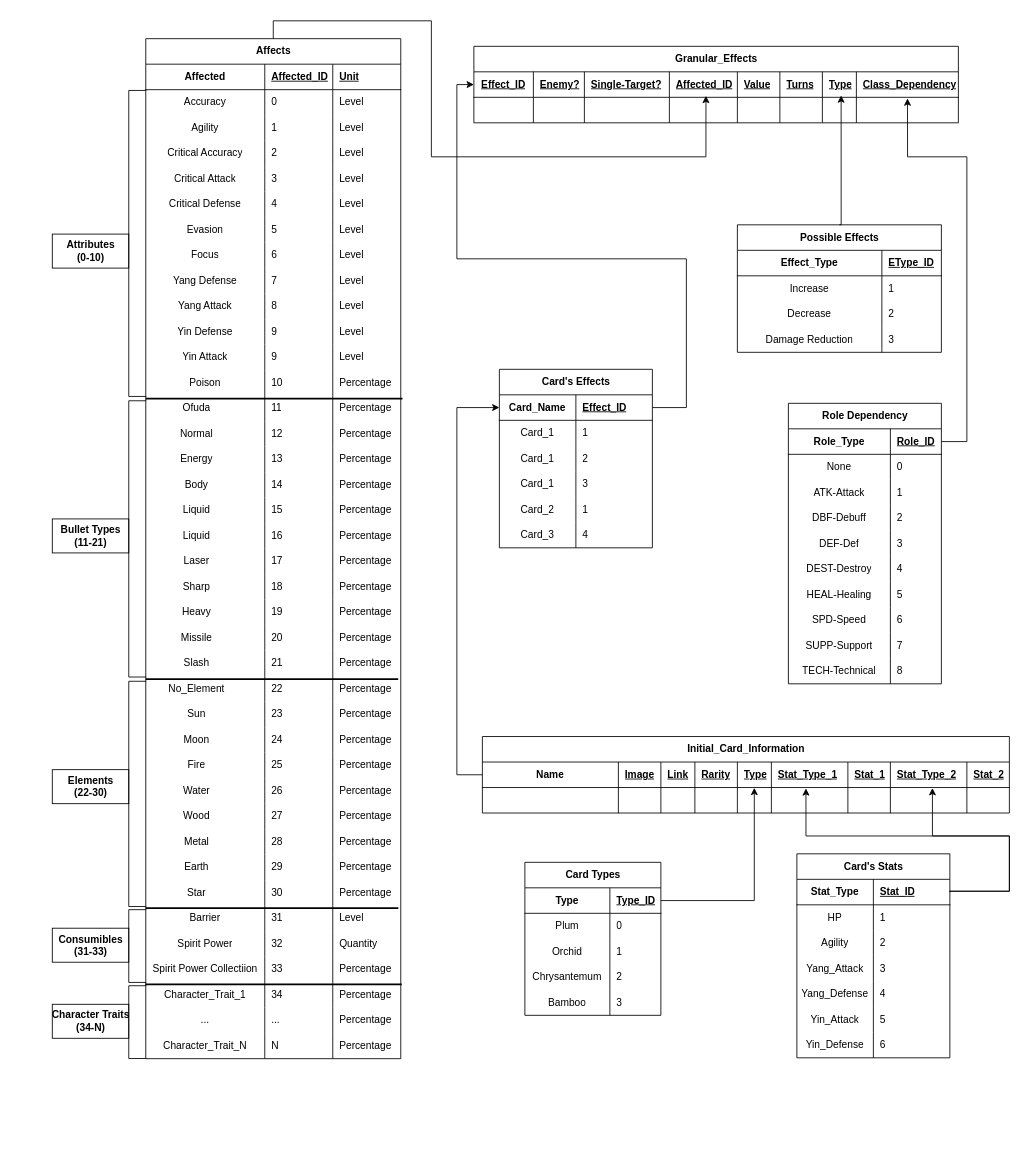
Above: page "Diagram" (1 of 2) of backend/Database_Architecture.drawio in IsabelBou/Kurodani (draw.io), before the change. Source tidied: cells renumbered, new cells numbered last; positions are measured from the earlier drawing's top-left corner, leaving out a move shared by most shapes. Both pictures are drawn from the tidied source at 85%, with x=0, y=0 at pixel (-16, 20).
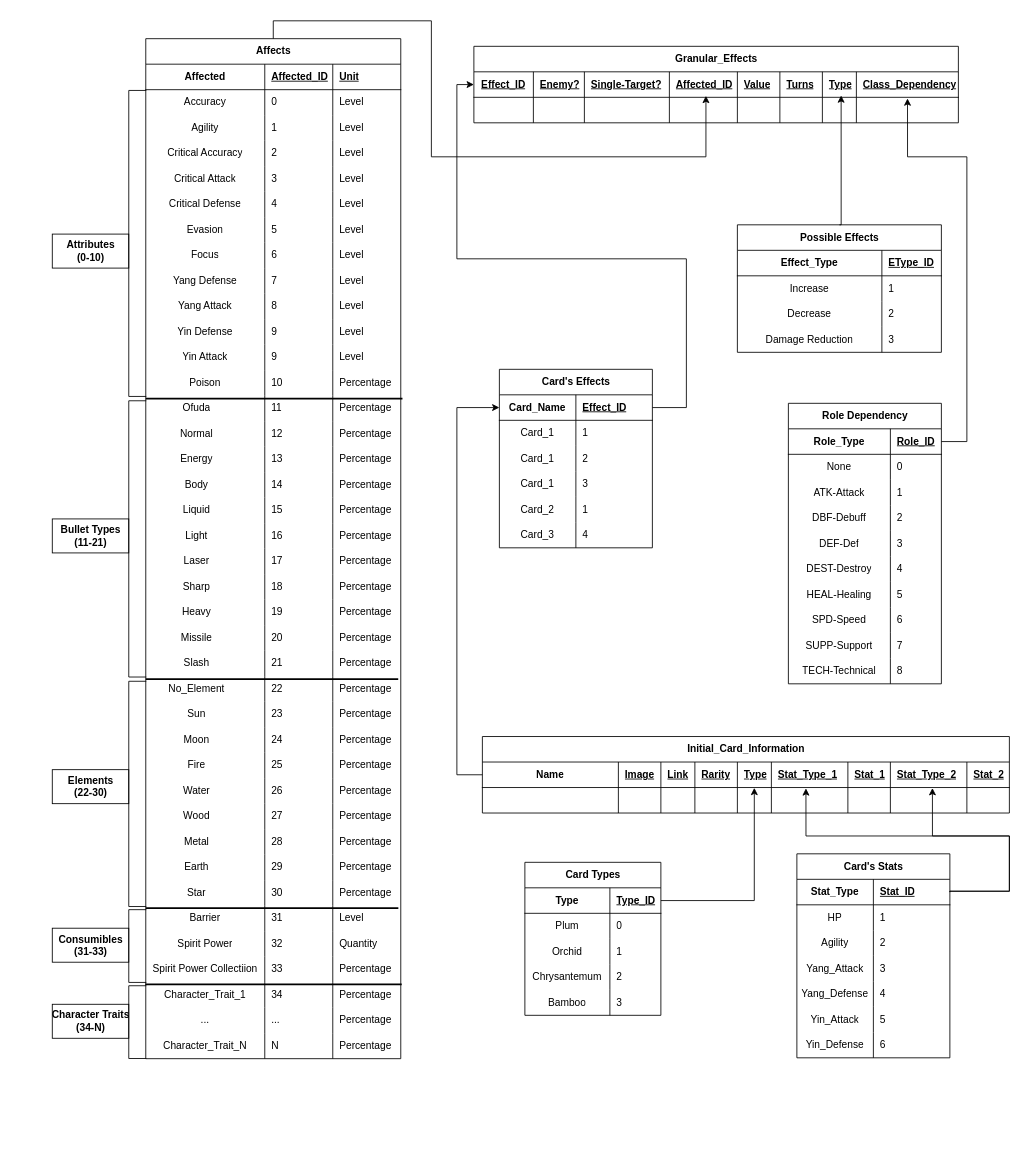
After the change.

Commit message (it also covers changes not shown here):
feat: Database info insertion

The change refers to these unchanged cells:
```xml
<mxCell id="151" value="31" style="group;" parent="150" vertex="1">
  <mxGeometry x="110" width="250" height="1291" as="geometry" />
</mxCell>
```

Change to the diagram source:
```diff
@@
-    <mxCell id="314" value="Liquid" style="shape=partialRectangle;fillColor=none;top=0;left=0;bottom=0;right=0;overflow=hidden;whiteSpace=wrap;html=1;" parent="151" vertex="1">
+    <mxCell id="314" value="Light" style="shape=partialRectangle;fillColor=none;top=0;left=0;bottom=0;right=0;overflow=hidden;whiteSpace=wrap;html=1;" parent="151" vertex="1">
       <mxGeometry x="44" y="571" width="120" height="30" as="geometry" />
     </mxCell>
```
